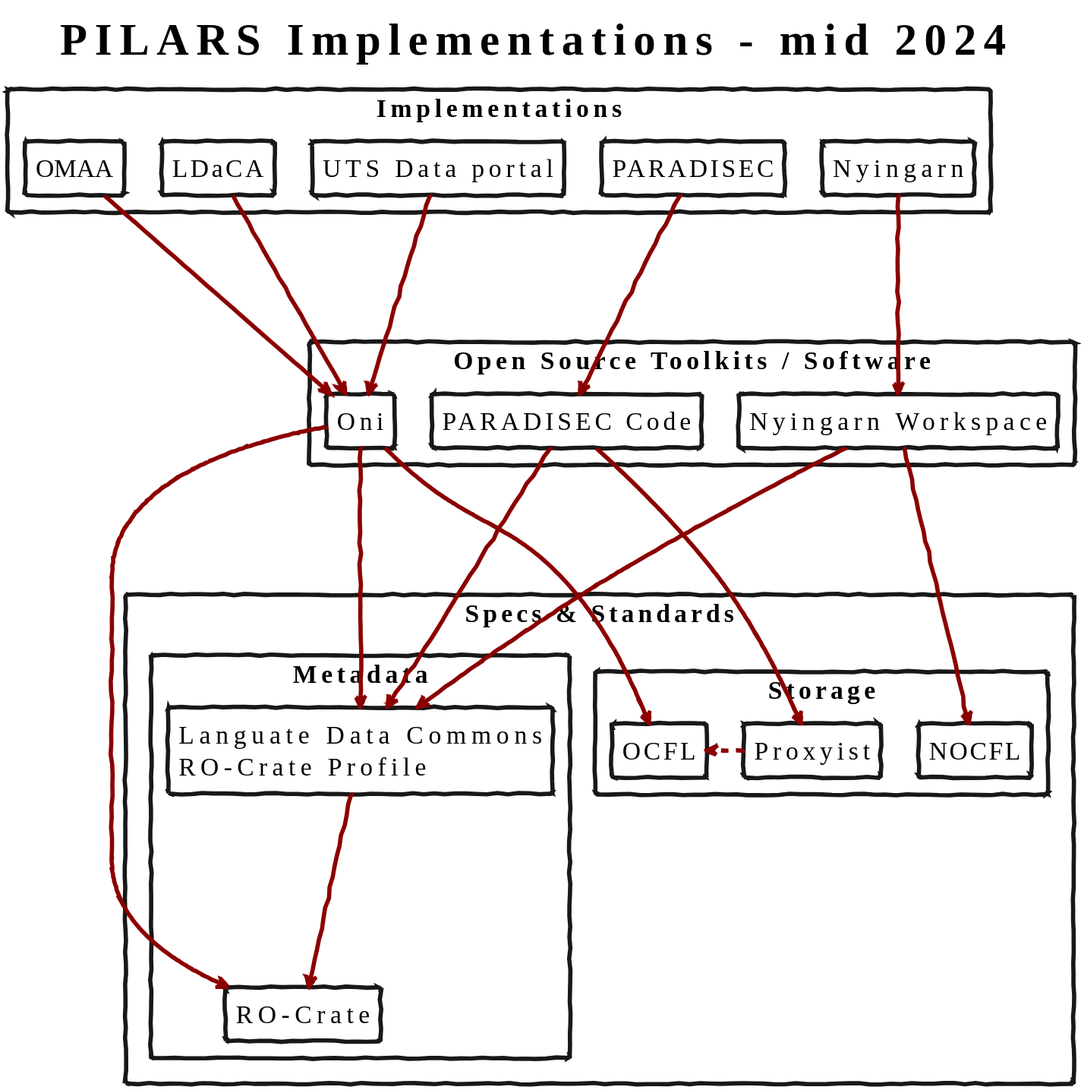
The PlantUML diagram content/images/rrkive-implementations.svg in Language-Research-Technology/rrkive-website, before a commit.
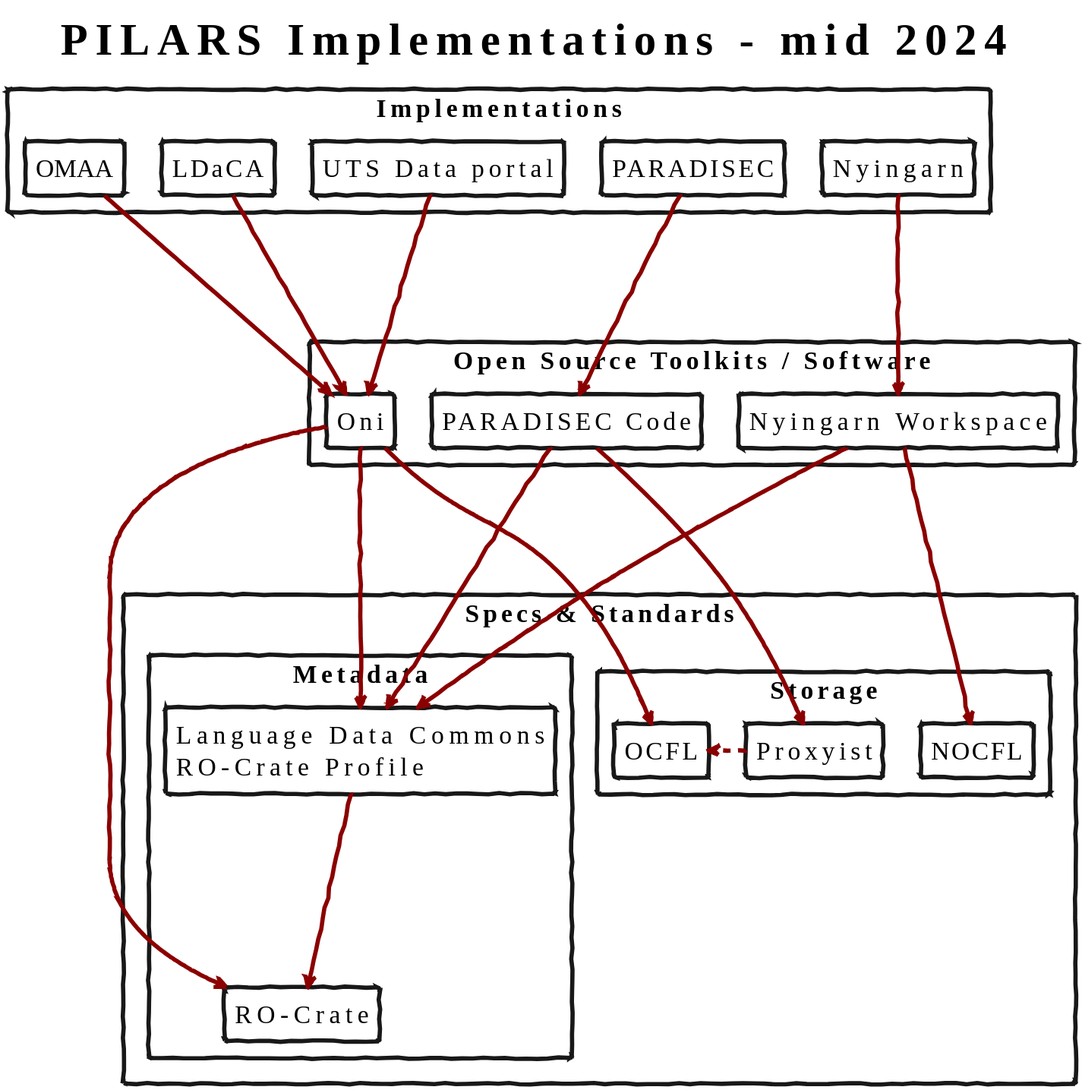
Later version of the same file.

What changed in the source:
```diff
@@ -19,7 +19,7 @@
 
 rectangle "Specs & Standards" {
 rectangle "Metadata" {
-rectangle "Languate Data Commons\nRO-Crate Profile" as ldacp {
+rectangle "Language Data Commons\nRO-Crate Profile" as ldacp {
 
 
 
```
